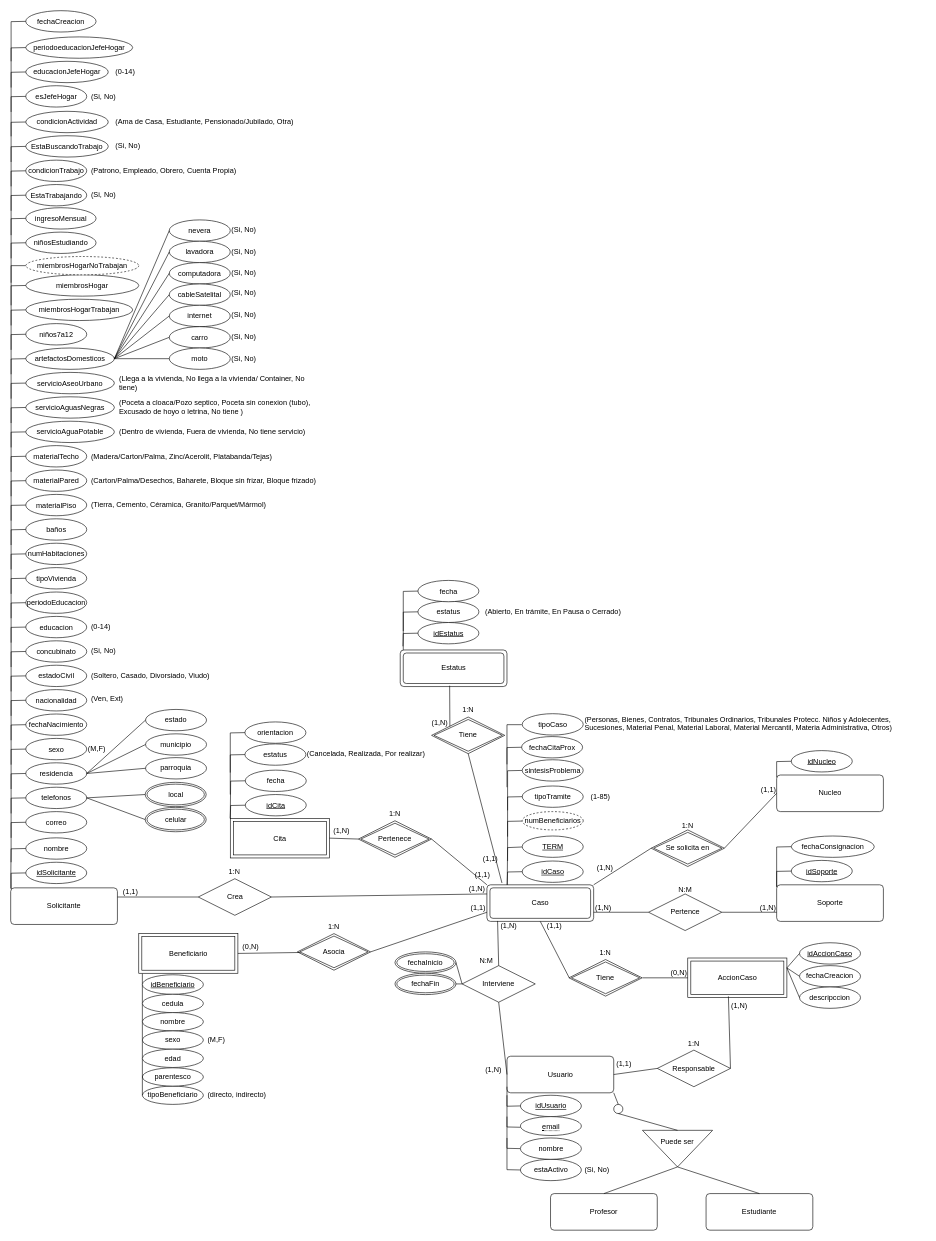
Before: page "Diagrama" (1 of 2) of doc/diagramaConceptual.drawio in DanielCarrenoMar/ClinicaJuridica-UCAB, a draw.io diagram. Source tidied: cells renumbered, new cells numbered last; positions are measured from the earlier drawing's top-left corner, leaving out a move shared by most shapes. Both pictures are drawn from the tidied source at 61%, with x=0, y=0 at pixel (10, 10).
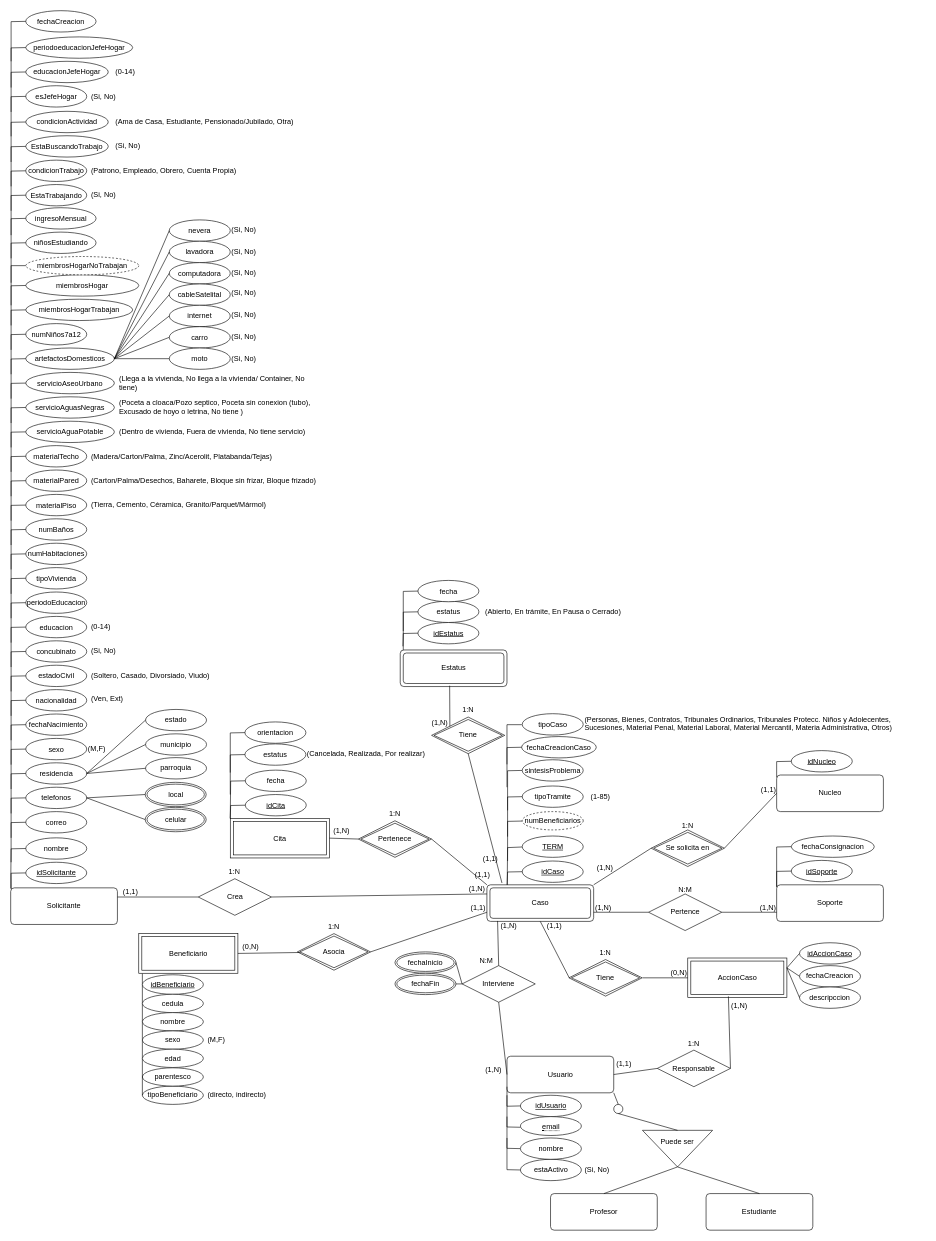
Above is the later version.

Commit message:
feat: Quitar fecha proxima cita

What changed in the source:
```diff
@@
-    <mxCell id="32" value="fechaCitaProx" style="ellipse;whiteSpace=wrap;html=1;align=center;" parent="1" vertex="1">
-      <mxGeometry x="837.6" y="1190" width="100" height="35" as="geometry" />
+    <mxCell id="32" value="fechaCreacionCaso" style="ellipse;whiteSpace=wrap;html=1;align=center;" parent="1" vertex="1">
+      <mxGeometry x="837.6" y="1190" width="122.4" height="35" as="geometry" />
     </mxCell>
@@
-    <mxCell id="110" value="baños" style="ellipse;whiteSpace=wrap;html=1;align=center;" parent="1" vertex="1">
+    <mxCell id="110" value="numBaños" style="ellipse;whiteSpace=wrap;html=1;align=center;" parent="1" vertex="1">
       <mxGeometry x="24.7" y="833" width="100" height="35" as="geometry" />
     </mxCell>
@@
-    <mxCell id="126" value="niños7a12" style="ellipse;whiteSpace=wrap;html=1;align=center;" parent="1" vertex="1">
+    <mxCell id="126" value="numNiños7a12" style="ellipse;whiteSpace=wrap;html=1;align=center;" parent="1" vertex="1">
       <mxGeometry x="24.7" y="513" width="100" height="35" as="geometry" />
     </mxCell>
@@
-    <mxCell id="242" value="(Tierra, Cemento, Céramica, Granito/Parquet/Mármol)" style="text;align=left;verticalAlign=middle;rounded=0;whiteSpace=wrap;html=1;" parent="1" vertex="1">
-      <mxGeometry x="130" y="792" width="330" height="36" as="geometry" />
-    </mxCell>
@@
+    <mxCell id="242" value="(Tierra, Cemento, Céramica, Granito/Parquet/Mármol)" style="text;align=left;verticalAlign=middle;rounded=0;whiteSpace=wrap;html=1;" parent="1" vertex="1">
+      <mxGeometry x="130" y="792" width="330" height="36" as="geometry" />
+    </mxCell>
```
